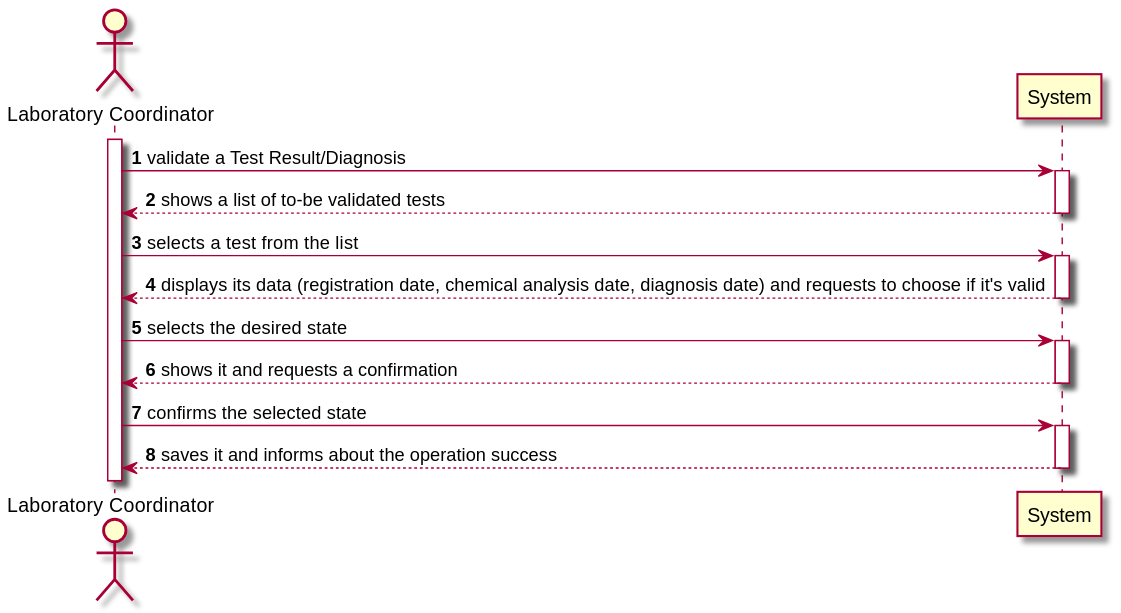
Before: docs/SprintC/US15/US15-SSD.svg, a diagram exported from PlantUML (0franciscor/lei-21-s2-1de-g19).
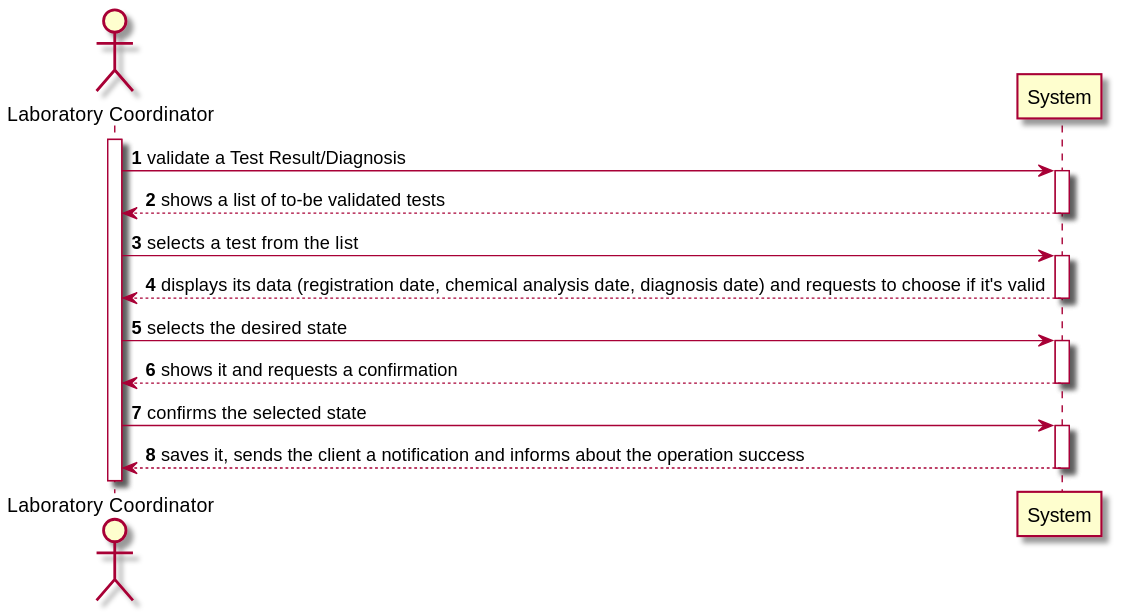
The same file after the commit.

The edit, as a diff of the source:
```diff
@@ -11,6 +11,6 @@
 labC ->  System ++: selects the desired state
 System --> labC --: shows it and requests a confirmation
 labC -> System ++: confirms the selected state
-System --> labC --: saves it and informs about the operation success
+System --> labC --: saves it, sends the client a notification and informs about the operation success
 
 @enduml
```
